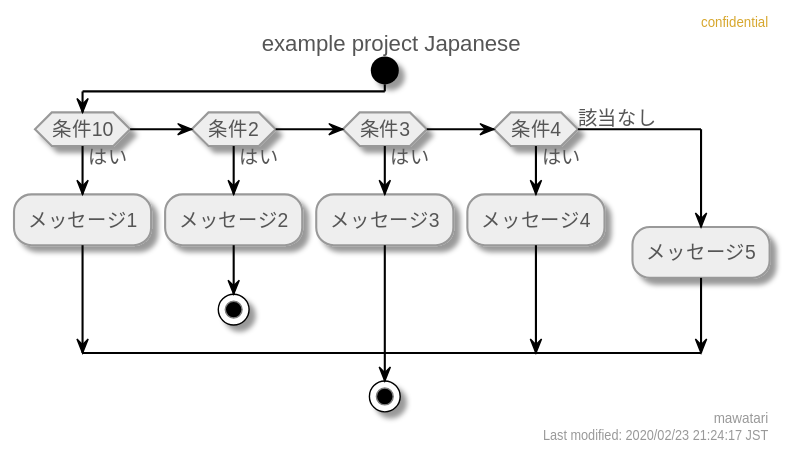
This is activity-diagram/Japanese.svg from mawatari/example-project-uml, a PlantUML export, as it was before one commit. The source it was exported from:
```plantuml
@startuml
skinparam {
  BoxPadding 5
  ParticipantPadding 10
}
skinparam default {
  FontColor #555555
  FontSize 14
}
skinparam Header {
  FontColor #D7A72D
  FontSize 10
}
skinparam Footer {
  FontColor #999999
  FontSize 10
}
skinparam Title {
  FontSize 16
}

skinparam Actor {
  BackgroundColor #eeeeee
  BorderColor #999999
}

skinparam note {
  FontStyle bold
  FontColor #ffffff
  BackgroundColor #7f8c8d
  BorderColor #7f8c8d
}

skinparam activity {
  ArrowColor #000000
  BackgroundColor #eeeeee
  BorderColor #999999
  StartColor #000000
  EndColor #000000
  BarColor #000000

  DiamondBackgroundColor #eeeeee
  DiamondBorderColor #999999
}
right header confidential
right footer mawatari\nLast modified: 2020/02/23 21:24:17 JST
title example project Japanese

start
if (条件10) then (はい)
  :メッセージ1;
elseif (条件2) then (はい)
  :メッセージ2;
  stop
elseif (条件3) then (はい)
  :メッセージ3;
elseif (条件4) then (はい)
  :メッセージ4;
else (該当なし)
  :メッセージ5;
endif
stop

@enduml
```
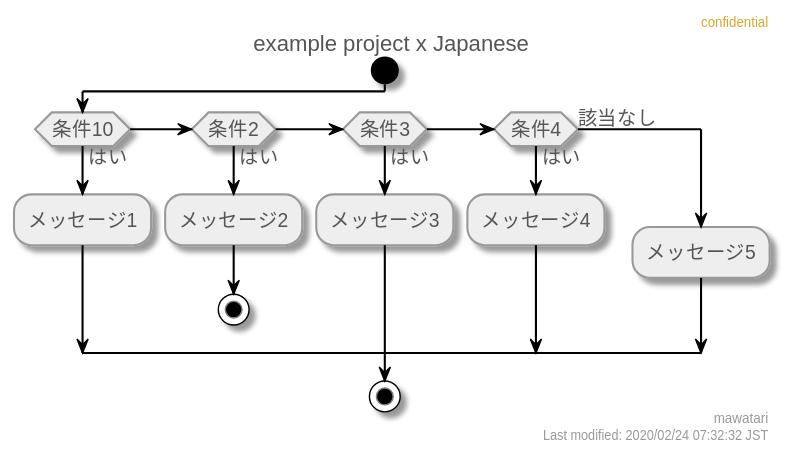
The same diagram one commit later.

What changed in the source:
```diff
@@ -43,8 +43,8 @@
   DiamondBorderColor #999999
 }
 right header confidential
-right footer mawatari\nLast modified: 2020/02/23 21:24:17 JST
-title example project Japanese
+right footer mawatari\nLast modified: 2020/02/24 07:32:32 JST
+title example project x Japanese
 
 start
 if (条件10) then (はい)
```
